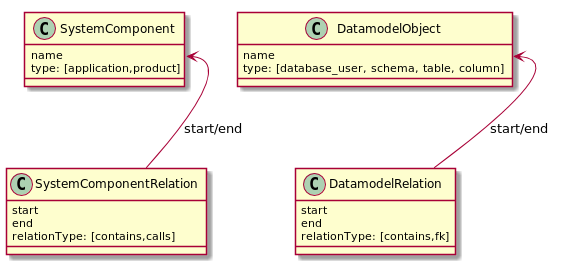
Before: docs/schema.png, a diagram exported from PlantUML (zalum/context-diagram-visualizer). The source it was exported from:
```plantuml
@startuml

class SystemComponent{
    name
    type: [application,product]
}

class SystemComponentRelation{
    start
    end
    relationType: [contains,calls]
}

class DatamodelRelation{
    start
    end
    relationType: [contains,fk]
}

class DatamodelObject{
    name
    type: [database_user, schema, table, column]
}


DatamodelObject::name <-- DatamodelRelation:start/end
SystemComponent::name <-- SystemComponentRelation:start/end

@enduml
```
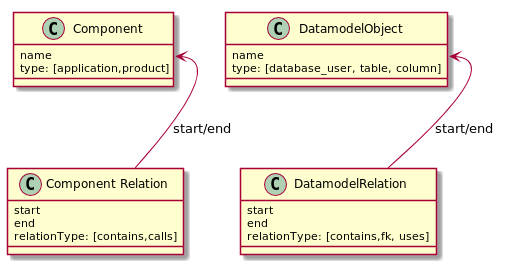
Later version of the same file.

Commit message:
remove duplicate concept schema,database-user

What changed in the source:
```diff
@@ -1,11 +1,11 @@
 @startuml
 
-class SystemComponent{
+class "Component" as component{
     name
     type: [application,product]
 }
 
-class SystemComponentRelation{
+class "Component Relation" as componentrelation{
     start
     end
     relationType: [contains,calls]
@@ -14,16 +14,16 @@
 class DatamodelRelation{
     start
     end
-    relationType: [contains,fk]
+    relationType: [contains,fk, uses]
 }
 
 class DatamodelObject{
     name
-    type: [database_user, schema, table, column]
+    type: [database_user, table, column]
 }
 
 
 DatamodelObject::name <-- DatamodelRelation:start/end
-SystemComponent::name <-- SystemComponentRelation:start/end
+component::name <-- componentrelation:start/end
 
 @enduml
```
